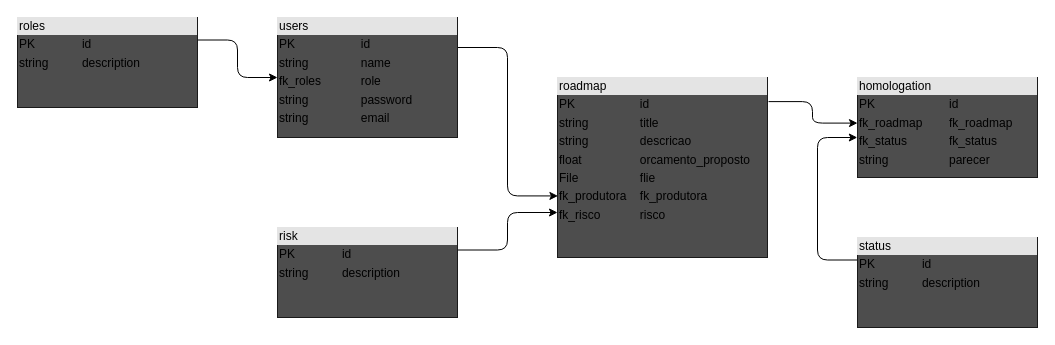
Before: db.drawio in paulabssantos/Desafio-Dev.-Jr.-Back-End-Tutilabs, a draw.io diagram. Source tidied: cells renumbered, new cells numbered last; positions are measured from the earlier drawing's top-left corner, leaving out a move shared by most shapes. Both pictures are drawn from the tidied source at 100%, with x=0, y=0 at pixel (17, 17).
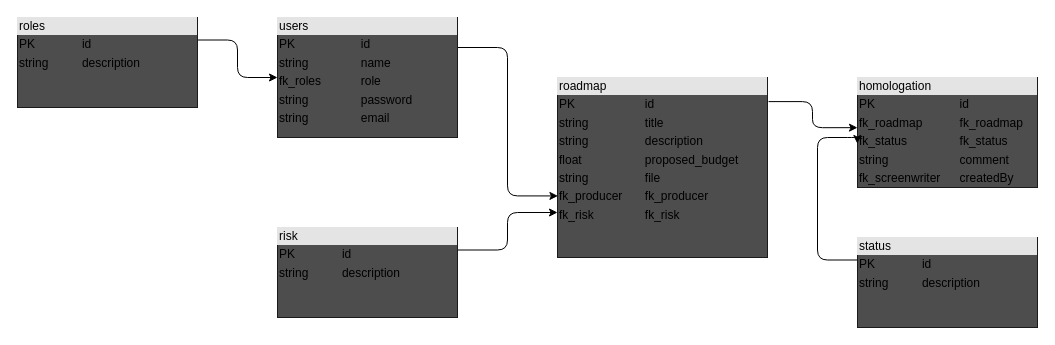
Above is the later version.

Commit message:
docs: muda nome das colunas

What changed in the source:
```diff
@@
 <mxGraphModel>
   <root>
     <mxCell id="0" />
     <mxCell id="1" parent="0" />
     <mxCell id="2" style="edgeStyle=orthogonalEdgeStyle;html=1;exitX=1;exitY=0.25;exitDx=0;exitDy=0;entryX=0;entryY=0.5;entryDx=0;entryDy=0;fontColor=#1A1A1A;" parent="1" edge="1" source="3" target="5">
       <mxGeometry relative="1" as="geometry" />
     </mxCell>
     <mxCell id="3" value="&lt;div style=&quot;box-sizing:border-box;width:100%;background:#e4e4e4;padding:2px;&quot;&gt;roles&lt;/div&gt;&lt;table style=&quot;width:100%;font-size:1em;&quot; cellpadding=&quot;2&quot; cellspacing=&quot;0&quot;&gt;&lt;tbody&gt;&lt;tr&gt;&lt;td&gt;PK&lt;/td&gt;&lt;td&gt;id&lt;/td&gt;&lt;/tr&gt;&lt;tr&gt;&lt;td&gt;string&lt;/td&gt;&lt;td&gt;description&lt;br&gt;&lt;/td&gt;&lt;/tr&gt;&lt;tr&gt;&lt;td&gt;&lt;/td&gt;&lt;td&gt;&lt;br&gt;&lt;/td&gt;&lt;/tr&gt;&lt;/tbody&gt;&lt;/table&gt;" style="verticalAlign=top;align=left;overflow=fill;html=1;fillStyle=solid;fillColor=#4D4D4D;portConstraintRotation=0;fontColor=#000000;strokeColor=#1A1A1A;" parent="1" vertex="1">
       <mxGeometry width="180" height="90" as="geometry" />
     </mxCell>
     <mxCell id="4" style="edgeStyle=orthogonalEdgeStyle;html=1;exitX=1;exitY=0.25;exitDx=0;exitDy=0;entryX=0.002;entryY=0.658;entryDx=0;entryDy=0;entryPerimeter=0;fontColor=#1A1A1A;" parent="1" edge="1" source="5" target="7">
       <mxGeometry relative="1" as="geometry" />
     </mxCell>
     <mxCell id="5" value="&lt;div style=&quot;box-sizing:border-box;width:100%;background:#e4e4e4;padding:2px;&quot;&gt;users&lt;/div&gt;&lt;table style=&quot;width:100%;font-size:1em;&quot; cellpadding=&quot;2&quot; cellspacing=&quot;0&quot;&gt;&lt;tbody&gt;&lt;tr&gt;&lt;td&gt;PK&lt;/td&gt;&lt;td&gt;id&lt;/td&gt;&lt;/tr&gt;&lt;tr&gt;&lt;td&gt;string&lt;/td&gt;&lt;td&gt;name&lt;br&gt;&lt;/td&gt;&lt;/tr&gt;&lt;tr&gt;&lt;td&gt;fk_roles&lt;/td&gt;&lt;td&gt;role&lt;/td&gt;&lt;/tr&gt;&lt;tr&gt;&lt;td&gt;string&lt;/td&gt;&lt;td&gt;password&lt;/td&gt;&lt;/tr&gt;&lt;tr&gt;&lt;td&gt;string&lt;/td&gt;&lt;td&gt;email&lt;/td&gt;&lt;/tr&gt;&lt;/tbody&gt;&lt;/table&gt;" style="verticalAlign=top;align=left;overflow=fill;html=1;fillStyle=solid;fillColor=#4D4D4D;portConstraintRotation=0;fontColor=#000000;strokeColor=#1A1A1A;" parent="1" vertex="1">
       <mxGeometry x="260" width="180" height="120" as="geometry" />
     </mxCell>
     <mxCell id="6" style="edgeStyle=orthogonalEdgeStyle;html=1;exitX=1.005;exitY=0.134;exitDx=0;exitDy=0;entryX=0;entryY=0.456;entryDx=0;entryDy=0;entryPerimeter=0;fontColor=#1A1A1A;exitPerimeter=0;" parent="1" edge="1" source="7" target="10">
       <mxGeometry relative="1" as="geometry" />
     </mxCell>
-    <mxCell id="7" value="&lt;div style=&quot;box-sizing:border-box;width:100%;background:#e4e4e4;padding:2px;&quot;&gt;roadmap&lt;/div&gt;&lt;table style=&quot;width:100%;font-size:1em;&quot; cellpadding=&quot;2&quot; cellspacing=&quot;0&quot;&gt;&lt;tbody&gt;&lt;tr&gt;&lt;td&gt;PK&lt;/td&gt;&lt;td&gt;id&lt;/td&gt;&lt;/tr&gt;&lt;tr&gt;&lt;td&gt;string&lt;/td&gt;&lt;td&gt;title&lt;br&gt;&lt;/td&gt;&lt;/tr&gt;&lt;tr&gt;&lt;td&gt;string&lt;/td&gt;&lt;td&gt;descricao&lt;br&gt;&lt;/td&gt;&lt;/tr&gt;&lt;tr&gt;&lt;td&gt;float&lt;/td&gt;&lt;td&gt;orcamento_proposto&lt;/td&gt;&lt;/tr&gt;&lt;tr&gt;&lt;td&gt;File&lt;/td&gt;&lt;td&gt;flie&lt;/td&gt;&lt;/tr&gt;&lt;tr&gt;&lt;td&gt;fk_produtora&lt;/td&gt;&lt;td&gt;fk_produtora&lt;/td&gt;&lt;/tr&gt;&lt;tr&gt;&lt;td&gt;fk_risco&lt;/td&gt;&lt;td&gt;risco&lt;/td&gt;&lt;/tr&gt;&lt;/tbody&gt;&lt;/table&gt;" style="verticalAlign=top;align=left;overflow=fill;html=1;fillStyle=solid;fillColor=#4D4D4D;portConstraintRotation=0;fontColor=#000000;strokeColor=#1A1A1A;" parent="1" vertex="1">
+    <mxCell id="7" value="&lt;div style=&quot;box-sizing:border-box;width:100%;background:#e4e4e4;padding:2px;&quot;&gt;roadmap&lt;/div&gt;&lt;table style=&quot;width:100%;font-size:1em;&quot; cellpadding=&quot;2&quot; cellspacing=&quot;0&quot;&gt;&lt;tbody&gt;&lt;tr&gt;&lt;td&gt;PK&lt;/td&gt;&lt;td&gt;id&lt;/td&gt;&lt;/tr&gt;&lt;tr&gt;&lt;td&gt;string&lt;/td&gt;&lt;td&gt;title&lt;br&gt;&lt;/td&gt;&lt;/tr&gt;&lt;tr&gt;&lt;td&gt;string&lt;/td&gt;&lt;td&gt;description&lt;br&gt;&lt;/td&gt;&lt;/tr&gt;&lt;tr&gt;&lt;td&gt;float&lt;/td&gt;&lt;td&gt;proposed_budget&lt;/td&gt;&lt;/tr&gt;&lt;tr&gt;&lt;td&gt;string&lt;/td&gt;&lt;td&gt;file&lt;/td&gt;&lt;/tr&gt;&lt;tr&gt;&lt;td&gt;fk_producer&lt;/td&gt;&lt;td&gt;fk_producer&lt;/td&gt;&lt;/tr&gt;&lt;tr&gt;&lt;td&gt;fk_risk&lt;/td&gt;&lt;td&gt;fk_risk&lt;/td&gt;&lt;/tr&gt;&lt;/tbody&gt;&lt;/table&gt;" style="verticalAlign=top;align=left;overflow=fill;html=1;fillStyle=solid;fillColor=#4D4D4D;portConstraintRotation=0;fontColor=#000000;strokeColor=#1A1A1A;" parent="1" vertex="1">
       <mxGeometry x="540" y="60" width="210" height="180" as="geometry" />
     </mxCell>
     <mxCell id="8" style="edgeStyle=orthogonalEdgeStyle;html=1;exitX=1;exitY=0.25;exitDx=0;exitDy=0;entryX=0;entryY=0.75;entryDx=0;entryDy=0;fontColor=#1A1A1A;" parent="1" edge="1" source="9" target="7">
       <mxGeometry relative="1" as="geometry" />
     </mxCell>
     <mxCell id="9" value="&lt;div style=&quot;box-sizing:border-box;width:100%;background:#e4e4e4;padding:2px;&quot;&gt;risk&lt;/div&gt;&lt;table style=&quot;width:100%;font-size:1em;&quot; cellpadding=&quot;2&quot; cellspacing=&quot;0&quot;&gt;&lt;tbody&gt;&lt;tr&gt;&lt;td&gt;PK&lt;/td&gt;&lt;td&gt;id&lt;/td&gt;&lt;/tr&gt;&lt;tr&gt;&lt;td&gt;string&lt;/td&gt;&lt;td&gt;description&lt;br&gt;&lt;/td&gt;&lt;/tr&gt;&lt;tr&gt;&lt;td&gt;&lt;/td&gt;&lt;td&gt;&lt;br&gt;&lt;/td&gt;&lt;/tr&gt;&lt;/tbody&gt;&lt;/table&gt;" style="verticalAlign=top;align=left;overflow=fill;html=1;fillStyle=solid;fillColor=#4D4D4D;portConstraintRotation=0;fontColor=#000000;strokeColor=#1A1A1A;" parent="1" vertex="1">
       <mxGeometry x="260" y="210" width="180" height="90" as="geometry" />
     </mxCell>
-    <mxCell id="10" value="&lt;div style=&quot;box-sizing:border-box;width:100%;background:#e4e4e4;padding:2px;&quot;&gt;homologation&lt;/div&gt;&lt;table style=&quot;width:100%;font-size:1em;&quot; cellpadding=&quot;2&quot; cellspacing=&quot;0&quot;&gt;&lt;tbody&gt;&lt;tr&gt;&lt;td&gt;PK&lt;/td&gt;&lt;td&gt;id&lt;/td&gt;&lt;/tr&gt;&lt;tr&gt;&lt;td&gt;fk_roadmap&lt;/td&gt;&lt;td&gt;fk_roadmap&lt;/td&gt;&lt;/tr&gt;&lt;tr&gt;&lt;td&gt;fk_status&lt;/td&gt;&lt;td&gt;fk_status&lt;/td&gt;&lt;/tr&gt;&lt;tr&gt;&lt;td&gt;string&lt;/td&gt;&lt;td&gt;parecer&lt;/td&gt;&lt;/tr&gt;&lt;tr&gt;&lt;td&gt;&lt;br&gt;&lt;/td&gt;&lt;td&gt;&lt;br&gt;&lt;/td&gt;&lt;/tr&gt;&lt;/tbody&gt;&lt;/table&gt;" style="verticalAlign=top;align=left;overflow=fill;html=1;fillStyle=solid;fillColor=#4D4D4D;portConstraintRotation=0;fontColor=#000000;strokeColor=#1A1A1A;" parent="1" vertex="1">
-      <mxGeometry x="840" y="60" width="180" height="100" as="geometry" />
+    <mxCell id="10" value="&lt;div style=&quot;box-sizing:border-box;width:100%;background:#e4e4e4;padding:2px;&quot;&gt;homologation&lt;/div&gt;&lt;table style=&quot;width:100%;font-size:1em;&quot; cellpadding=&quot;2&quot; cellspacing=&quot;0&quot;&gt;&lt;tbody&gt;&lt;tr&gt;&lt;td&gt;PK&lt;/td&gt;&lt;td&gt;id&lt;/td&gt;&lt;/tr&gt;&lt;tr&gt;&lt;td&gt;fk_roadmap&lt;/td&gt;&lt;td&gt;fk_roadmap&lt;/td&gt;&lt;/tr&gt;&lt;tr&gt;&lt;td&gt;fk_status&lt;/td&gt;&lt;td&gt;fk_status&lt;/td&gt;&lt;/tr&gt;&lt;tr&gt;&lt;td&gt;string&lt;/td&gt;&lt;td&gt;comment&lt;/td&gt;&lt;/tr&gt;&lt;tr&gt;&lt;td&gt;fk_screenwriter&lt;/td&gt;&lt;td&gt;createdBy&lt;/td&gt;&lt;/tr&gt;&lt;/tbody&gt;&lt;/table&gt;" style="verticalAlign=top;align=left;overflow=fill;html=1;fillStyle=solid;fillColor=#4D4D4D;portConstraintRotation=0;fontColor=#000000;strokeColor=#1A1A1A;" parent="1" vertex="1">
+      <mxGeometry x="840" y="60" width="180" height="110" as="geometry" />
     </mxCell>
     <mxCell id="11" style="edgeStyle=orthogonalEdgeStyle;html=1;exitX=0;exitY=0.25;exitDx=0;exitDy=0;entryX=-0.001;entryY=0.6;entryDx=0;entryDy=0;entryPerimeter=0;fontColor=#1A1A1A;" parent="1" edge="1" source="12" target="10">
       <mxGeometry relative="1" as="geometry">
         <Array as="points">
           <mxPoint x="800" y="243" />
           <mxPoint x="800" y="120" />
         </Array>
       </mxGeometry>
     </mxCell>
     <mxCell id="12" value="&lt;div style=&quot;box-sizing:border-box;width:100%;background:#e4e4e4;padding:2px;&quot;&gt;status&lt;/div&gt;&lt;table style=&quot;width:100%;font-size:1em;&quot; cellpadding=&quot;2&quot; cellspacing=&quot;0&quot;&gt;&lt;tbody&gt;&lt;tr&gt;&lt;td&gt;PK&lt;/td&gt;&lt;td&gt;id&lt;/td&gt;&lt;/tr&gt;&lt;tr&gt;&lt;td&gt;string&lt;/td&gt;&lt;td&gt;description&lt;br&gt;&lt;/td&gt;&lt;/tr&gt;&lt;tr&gt;&lt;td&gt;&lt;/td&gt;&lt;td&gt;&lt;br&gt;&lt;/td&gt;&lt;/tr&gt;&lt;/tbody&gt;&lt;/table&gt;" style="verticalAlign=top;align=left;overflow=fill;html=1;fillStyle=solid;fillColor=#4D4D4D;portConstraintRotation=0;fontColor=#000000;strokeColor=#1A1A1A;" parent="1" vertex="1">
       <mxGeometry x="840" y="220" width="180" height="90" as="geometry" />
     </mxCell>
   </root>
 </mxGraphModel>
```
